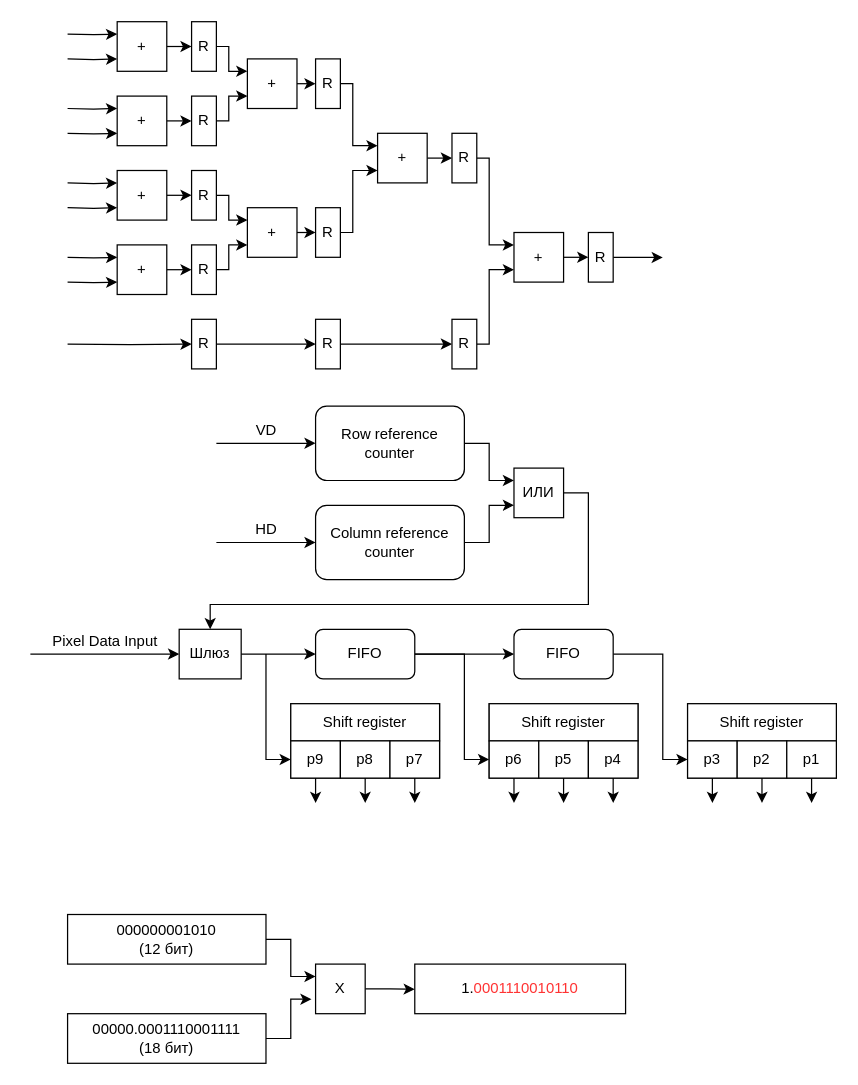
Before: Pictures_and_diagrams/slicing_window_diag.drawio in Radiophantom/master_yoda, a draw.io diagram. Source tidied: cells renumbered, new cells numbered last; positions are measured from the earlier drawing's top-left corner, leaving out a move shared by most shapes. Both pictures are drawn from the tidied source at 124%, with x=0, y=0 at pixel (30, 21).
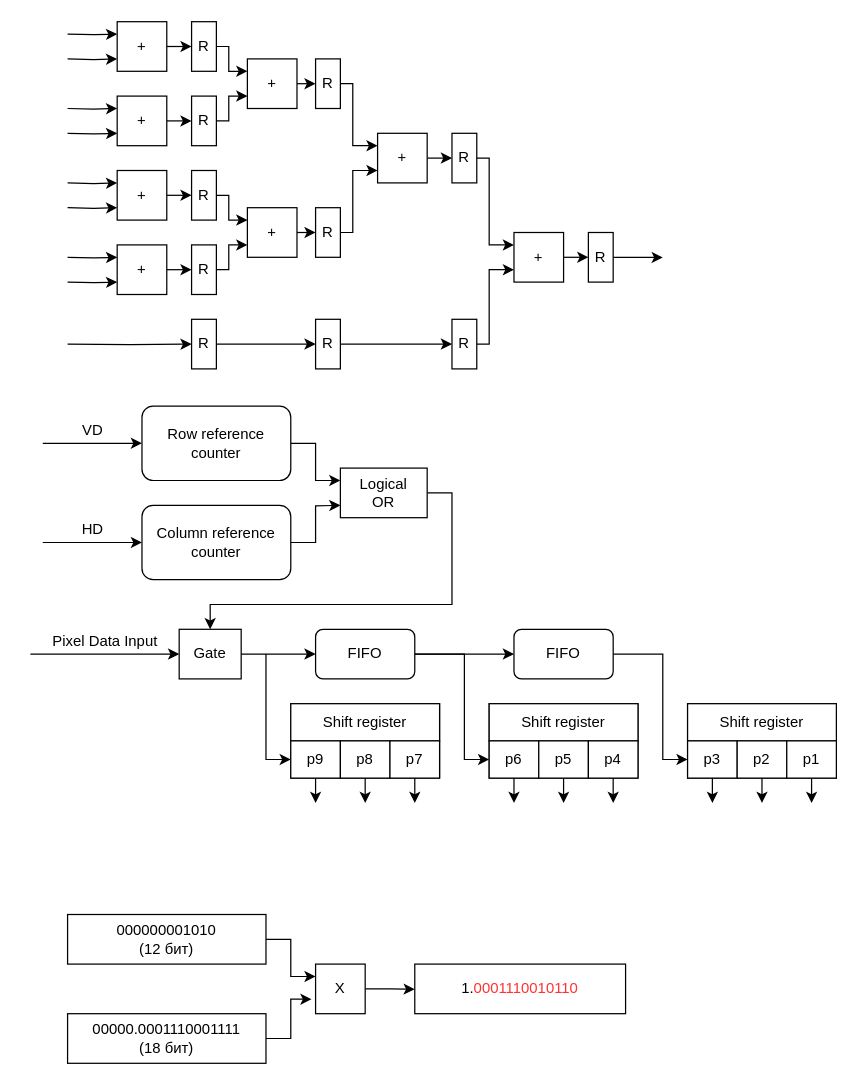
After the change.

Change to the diagram source:
```diff
@@
-    <mxCell id="2" style="edgeStyle=orthogonalEdgeStyle;rounded=0;jettySize=auto;html=1;exitX=0;exitY=0.5;exitDx=0;exitDy=0;startArrow=classic;startFill=1;endArrow=none;endFill=0;" parent="1" edge="1" source="4">
+    <mxCell id="2" style="edgeStyle=orthogonalEdgeStyle;rounded=0;orthogonalLoop=1;jettySize=auto;html=1;exitX=0;exitY=0.5;exitDx=0;exitDy=0;startArrow=classic;startFill=1;endArrow=none;endFill=0;" parent="1" edge="1">
       <mxGeometry relative="1" as="geometry">
-        <mxPoint x="150" y="340" as="targetPoint" />
+        <mxPoint x="90" y="340" as="sourcePoint" />
+        <mxPoint x="10" y="340" as="targetPoint" />
       </mxGeometry>
     </mxCell>
-    <mxCell id="3" style="edgeStyle=orthogonalEdgeStyle;rounded=0;jettySize=auto;html=1;exitX=1;exitY=0.5;exitDx=0;exitDy=0;startArrow=none;startFill=0;endArrow=classic;endFill=1;entryX=0;entryY=0.25;entryDx=0;entryDy=0;" parent="1" edge="1" source="4" target="11">
+    <mxCell id="3" style="edgeStyle=orthogonalEdgeStyle;rounded=0;orthogonalLoop=1;jettySize=auto;html=1;exitX=1;exitY=0.5;exitDx=0;exitDy=0;startArrow=none;startFill=0;endArrow=classic;endFill=1;entryX=0;entryY=0.25;entryDx=0;entryDy=0;" parent="1" edge="1">
       <mxGeometry relative="1" as="geometry">
+        <mxPoint x="210" y="340" as="sourcePoint" />
+        <mxPoint x="250" y="370" as="targetPoint" />
         <Array as="points">
-          <mxPoint x="370" y="340" />
-          <mxPoint x="370" y="370" />
+          <mxPoint x="230" y="340" />
+          <mxPoint x="230" y="370" />
         </Array>
       </mxGeometry>
     </mxCell>
     <mxCell id="4" value="Row reference counter" style="rounded=1;whiteSpace=wrap;html=1;" parent="1" vertex="1">
-      <mxGeometry x="230" y="310" width="120" height="60" as="geometry" />
+      <mxGeometry x="90" y="310" width="120" height="60" as="geometry" />
     </mxCell>
     <mxCell id="5" style="edgeStyle=orthogonalEdgeStyle;rounded=0;jettySize=auto;html=1;exitX=0;exitY=0.5;exitDx=0;exitDy=0;startArrow=classic;startFill=1;endArrow=none;endFill=0;" parent="1" edge="1" source="7">
       <mxGeometry relative="1" as="geometry">
-        <mxPoint x="150" y="420" as="targetPoint" />
+        <mxPoint x="10" y="420" as="targetPoint" />
       </mxGeometry>
     </mxCell>
-    <mxCell id="6" style="edgeStyle=orthogonalEdgeStyle;rounded=0;jettySize=auto;html=1;exitX=1;exitY=0.5;exitDx=0;exitDy=0;startArrow=none;startFill=0;endArrow=classic;endFill=1;entryX=0;entryY=0.75;entryDx=0;entryDy=0;" parent="1" edge="1" source="7" target="11">
-      <mxGeometry relative="1" as="geometry" />
+    <mxCell id="6" style="edgeStyle=orthogonalEdgeStyle;rounded=0;jettySize=auto;html=1;exitX=1;exitY=0.5;exitDx=0;exitDy=0;startArrow=none;startFill=0;endArrow=classic;endFill=1;entryX=0;entryY=0.75;entryDx=0;entryDy=0;" parent="1" edge="1" source="7">
+      <mxGeometry relative="1" as="geometry">
+        <mxPoint x="250" y="390" as="targetPoint" />
+      </mxGeometry>
     </mxCell>
     <mxCell id="7" value="Column reference counter" style="rounded=1;whiteSpace=wrap;html=1;" parent="1" vertex="1">
-      <mxGeometry x="230" y="390" width="120" height="60" as="geometry" />
+      <mxGeometry x="90" y="390" width="120" height="60" as="geometry" />
     </mxCell>
     <mxCell id="8" value="VD" style="text;html=1;align=center;verticalAlign=middle;strokeColor=none;" parent="1" vertex="1">
-      <mxGeometry x="175" y="320" width="30" height="20" as="geometry" />
+      <mxGeometry x="35" y="320" width="30" height="20" as="geometry" />
     </mxCell>
     <mxCell id="9" value="HD" style="text;html=1;align=center;verticalAlign=middle;strokeColor=none;" parent="1" vertex="1">
-      <mxGeometry x="175" y="400" width="30" height="20" as="geometry" />
+      <mxGeometry x="35" y="400" width="30" height="20" as="geometry" />
     </mxCell>
-    <mxCell id="10" style="edgeStyle=orthogonalEdgeStyle;rounded=0;jettySize=auto;html=1;exitX=1;exitY=0.5;exitDx=0;exitDy=0;startArrow=none;startFill=0;endArrow=classic;endFill=1;entryX=0.5;entryY=0;entryDx=0;entryDy=0;" parent="1" edge="1" source="11" target="47">
-      <mxGeometry relative="1" as="geometry">
-        <Array as="points">
-          <mxPoint x="450" y="380" />
-          <mxPoint x="450" y="470" />
-          <mxPoint x="145" y="470" />
-        </Array>
-      </mxGeometry>
-    </mxCell>
-    <mxCell id="11" value="ИЛИ" style="whiteSpace=wrap;html=1;" parent="1" vertex="1">
-      <mxGeometry x="390" y="360" width="40" height="40" as="geometry" />
-    </mxCell>
@@
-    <mxCell id="47" value="Шлюз" style="rounded=0;whiteSpace=wrap;html=1;" parent="1" vertex="1">
+    <mxCell id="47" value="Gate" style="rounded=0;whiteSpace=wrap;html=1;" parent="1" vertex="1">
       <mxGeometry x="120" y="490" width="50" height="40" as="geometry" />
     </mxCell>
@@
+    <mxCell id="103" style="edgeStyle=orthogonalEdgeStyle;rounded=0;jettySize=auto;html=1;exitX=1;exitY=0.5;exitDx=0;exitDy=0;entryX=0.5;entryY=0;entryDx=0;entryDy=0;endArrow=classic;endFill=1;" parent="1" edge="1" source="104" target="47">
+      <mxGeometry relative="1" as="geometry">
+        <Array as="points">
+          <mxPoint x="340" y="380" />
+          <mxPoint x="340" y="470" />
+          <mxPoint x="145" y="470" />
+        </Array>
+      </mxGeometry>
+    </mxCell>
+    <mxCell id="104" value="Logical&lt;br&gt;OR" style="whiteSpace=wrap;html=1;" parent="1" vertex="1">
+      <mxGeometry x="250" y="360" width="70" height="40" as="geometry" />
+    </mxCell>
```
